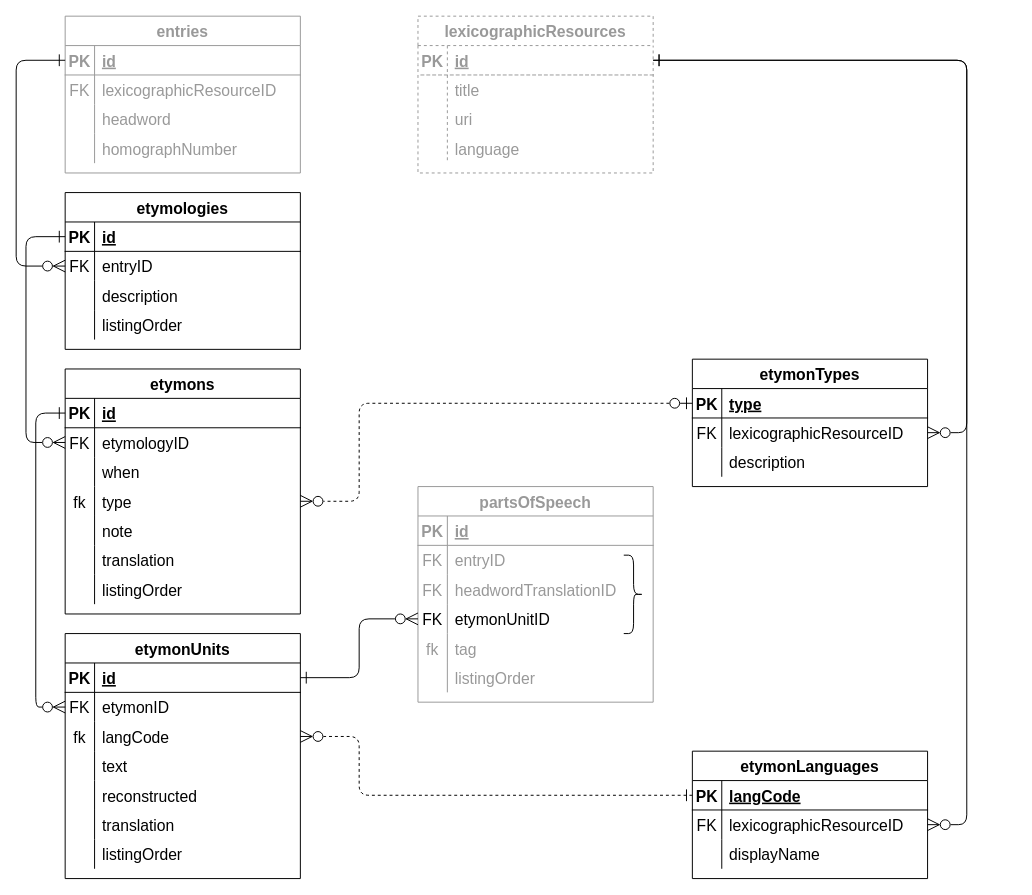
oasis-tcs/lexidma keeps this draw.io diagram as dmlex-v1.0/specification/serializations/RDB/databaseDiagrams/etymology.drawio. Above is the earlier version. Source tidied: cells renumbered, new cells numbered last; positions are measured from the earlier drawing's top-left corner, leaving out a move shared by most shapes. Both pictures are drawn from the tidied source at 98%, with x=0, y=0 at pixel (16, 16).
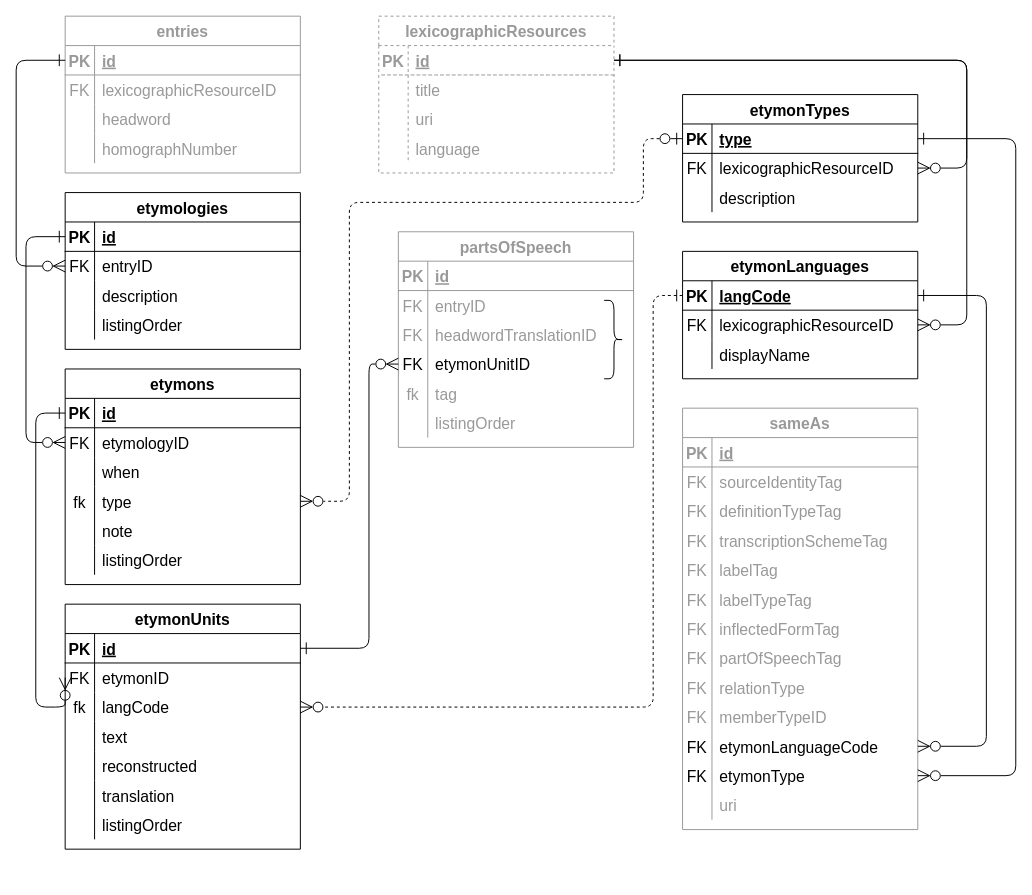
The same page after the edit.

Unchanged cells that the change refers to:
```xml
<mxCell id="16" style="shape=tableRow;horizontal=0;startSize=0;swimlaneHead=0;swimlaneBody=0;fillColor=none;points=[[0,0.5],[1,0.5]];portConstraint=eastwest;top=0;left=0;right=0;bottom=1;fontSize=16;strokeColor=#999999;fontColor=#999999;dashed=1;" parent="15" vertex="1">
  <mxGeometry y="30" width="240" height="30" as="geometry" />
</mxCell>
<mxCell id="51" style="shape=tableRow;horizontal=0;startSize=0;swimlaneHead=0;swimlaneBody=0;fillColor=none;points=[[0,0.5],[1,0.5]];portConstraint=eastwest;top=0;left=0;right=0;bottom=0;fontSize=16;" parent="41" vertex="1">
  <mxGeometry y="120" width="240" height="30" as="geometry" />
</mxCell>
<mxCell id="64" style="shape=tableRow;horizontal=0;startSize=0;swimlaneHead=0;swimlaneBody=0;fillColor=none;points=[[0,0.5],[1,0.5]];portConstraint=eastwest;top=0;left=0;right=0;bottom=1;fontSize=16;" parent="63" vertex="1">
  <mxGeometry y="30" width="240" height="30" as="geometry" />
</mxCell>
<mxCell id="70" style="shape=tableRow;horizontal=0;startSize=0;swimlaneHead=0;swimlaneBody=0;fillColor=none;points=[[0,0.5],[1,0.5]];portConstraint=eastwest;top=0;left=0;right=0;bottom=0;fontSize=16;" parent="63" vertex="1">
  <mxGeometry y="90" width="240" height="30" as="geometry" />
</mxCell>
<mxCell id="89" style="shape=tableRow;horizontal=0;startSize=0;swimlaneHead=0;swimlaneBody=0;fillColor=none;points=[[0,0.5],[1,0.5]];portConstraint=eastwest;top=0;left=0;right=0;bottom=1;fontSize=16;" parent="88" vertex="1">
  <mxGeometry y="30" width="240" height="30" as="geometry" />
</mxCell>
<mxCell id="92" style="shape=tableRow;horizontal=0;startSize=0;swimlaneHead=0;swimlaneBody=0;fillColor=none;points=[[0,0.5],[1,0.5]];portConstraint=eastwest;top=0;left=0;right=0;bottom=0;fontSize=16;" parent="88" vertex="1">
  <mxGeometry y="60" width="240" height="30" as="geometry" />
</mxCell>
<mxCell id="99" style="shape=tableRow;horizontal=0;startSize=0;swimlaneHead=0;swimlaneBody=0;fillColor=none;points=[[0,0.5],[1,0.5]];portConstraint=eastwest;top=0;left=0;right=0;bottom=1;fontSize=16;" parent="98" vertex="1">
  <mxGeometry y="30" width="240" height="30" as="geometry" />
</mxCell>
<mxCell id="102" style="shape=tableRow;horizontal=0;startSize=0;swimlaneHead=0;swimlaneBody=0;fillColor=none;points=[[0,0.5],[1,0.5]];portConstraint=eastwest;top=0;left=0;right=0;bottom=0;fontSize=16;" parent="98" vertex="1">
  <mxGeometry y="60" width="240" height="30" as="geometry" />
</mxCell>
<mxCell id="118" style="shape=tableRow;horizontal=0;startSize=0;swimlaneHead=0;swimlaneBody=0;fillColor=none;points=[[0,0.5],[1,0.5]];portConstraint=eastwest;top=0;left=0;right=0;bottom=0;fontSize=16;fontColor=#999999;strokeColor=#999999;" parent="108" vertex="1">
  <mxGeometry y="120" width="240" height="30" as="geometry" />
</mxCell>
```

The edit, as a diff of the source:
```diff
@@
     <mxCell id="15" value="lexicographicResources" style="shape=table;startSize=30;childLayout=tableLayout;rowLines=0;fontStyle=1;align=center;fontSize=16;strokeColor=#999999;fontColor=#999999;dashed=1;" parent="1" vertex="1">
-      <mxGeometry x="410" width="240" height="160" as="geometry" />
+      <mxGeometry x="370" width="240" height="160" as="geometry" />
     </mxCell>
@@
     <mxCell id="41" value="etymons" style="shape=table;startSize=30;childLayout=tableLayout;rowLines=0;fontStyle=1;align=center;fontSize=16;" parent="1" vertex="1">
-      <mxGeometry x="50" y="360" width="240" height="250" as="geometry" />
+      <mxGeometry x="50" y="360" width="240" height="220" as="geometry" />
     </mxCell>
@@
-    <mxCell id="57" style="shape=tableRow;horizontal=0;startSize=0;swimlaneHead=0;swimlaneBody=0;fillColor=none;top=0;left=0;right=0;bottom=0;fontSize=16;" parent="41" vertex="1">
-      <mxGeometry y="180" width="240" height="30" as="geometry" />
-    </mxCell>
-    <mxCell id="58" style="shape=partialRectangle;fillColor=none;top=0;left=0;bottom=0;right=0;overflow=hidden;fontSize=16;" parent="57" vertex="1">
-      <mxGeometry width="30" height="30" as="geometry" />
-    </mxCell>
-    <mxCell id="59" value="translation" style="shape=partialRectangle;fillColor=none;top=0;left=0;bottom=0;right=0;align=left;spacingLeft=6;overflow=hidden;fontSize=16;" parent="57" vertex="1">
-      <mxGeometry x="30" width="210" height="30" as="geometry" />
-    </mxCell>
     <mxCell id="60" style="shape=tableRow;horizontal=0;startSize=0;swimlaneHead=0;swimlaneBody=0;fillColor=none;top=0;left=0;right=0;bottom=0;fontSize=16;" parent="41" vertex="1">
-      <mxGeometry y="210" width="240" height="30" as="geometry" />
+      <mxGeometry y="180" width="240" height="30" as="geometry" />
     </mxCell>
@@
     <mxCell id="63" value="etymonUnits" style="shape=table;startSize=30;childLayout=tableLayout;rowLines=0;fontStyle=1;align=center;fontSize=16;" parent="1" vertex="1">
-      <mxGeometry x="50" y="630" width="240" height="250" as="geometry" />
+      <mxGeometry x="50" y="600" width="240" height="250" as="geometry" />
     </mxCell>
@@
     <mxCell id="88" value="etymonLanguages" style="shape=table;startSize=30;childLayout=tableLayout;rowLines=0;fontStyle=1;align=center;fontSize=16;" parent="1" vertex="1">
-      <mxGeometry x="690" y="750" width="240" height="130" as="geometry" />
+      <mxGeometry x="680" y="240" width="240" height="130" as="geometry" />
     </mxCell>
@@
     <mxCell id="98" value="etymonTypes" style="shape=table;startSize=30;childLayout=tableLayout;rowLines=0;fontStyle=1;align=center;fontSize=16;" parent="1" vertex="1">
-      <mxGeometry x="690" y="350" width="240" height="130" as="geometry" />
+      <mxGeometry x="680" y="80" width="240" height="130" as="geometry" />
     </mxCell>
@@
     <mxCell id="108" value="partsOfSpeech" style="shape=table;startSize=30;childLayout=tableLayout;rowLines=0;fontStyle=1;align=center;fontSize=16;fontColor=#999999;strokeColor=#999999;" parent="1" vertex="1">
-      <mxGeometry x="410" y="480" width="240" height="220" as="geometry" />
+      <mxGeometry x="390" y="220" width="240" height="220" as="geometry" />
     </mxCell>
@@
     <mxCell id="127" style="shape=curlyBracket;whiteSpace=wrap;html=1;rounded=1;flipH=1;strokeColor=#000000;fontFamily=Helvetica;fontSize=12;fontColor=#999999;" parent="1" vertex="1">
-      <mxGeometry x="620" y="550" width="20" height="80" as="geometry" />
+      <mxGeometry x="600" y="290" width="20" height="80" as="geometry" />
     </mxCell>
     <mxCell id="128" style="edgeStyle=orthogonalEdgeStyle;shape=connector;rounded=1;jettySize=auto;html=1;exitX=1;exitY=0.5;exitDx=0;exitDy=0;entryX=1;entryY=0.5;entryDx=0;entryDy=0;labelBackgroundColor=default;strokeColor=default;fontFamily=Helvetica;fontSize=11;fontColor=#000000;startArrow=ERone;startFill=0;endArrow=ERzeroToMany;endFill=0;startSize=10;endSize=10;" parent="1" edge="1" source="16" target="102">
       <mxGeometry relative="1" as="geometry">
         <Array as="points">
           <mxPoint x="970" y="45" />
-          <mxPoint x="970" y="425" />
+          <mxPoint x="970" y="155" />
         </Array>
       </mxGeometry>
     </mxCell>
     <mxCell id="129" style="edgeStyle=orthogonalEdgeStyle;shape=connector;rounded=1;jettySize=auto;html=1;exitX=1;exitY=0.5;exitDx=0;exitDy=0;entryX=1;entryY=0.5;entryDx=0;entryDy=0;labelBackgroundColor=default;strokeColor=default;fontFamily=Helvetica;fontSize=11;fontColor=#000000;startArrow=ERone;startFill=0;endArrow=ERzeroToMany;endFill=0;startSize=10;endSize=10;" parent="1" edge="1" source="16" target="92">
       <mxGeometry relative="1" as="geometry">
         <Array as="points">
           <mxPoint x="970" y="45" />
-          <mxPoint x="970" y="825" />
+          <mxPoint x="970" y="315" />
         </Array>
       </mxGeometry>
     </mxCell>
     <mxCell id="130" style="edgeStyle=orthogonalEdgeStyle;shape=connector;rounded=1;jettySize=auto;html=1;exitX=0;exitY=0.5;exitDx=0;exitDy=0;entryX=1;entryY=0.5;entryDx=0;entryDy=0;labelBackgroundColor=default;strokeColor=default;fontFamily=Helvetica;fontSize=11;fontColor=#000000;startArrow=ERzeroToOne;startFill=0;endArrow=ERzeroToMany;endFill=0;startSize=10;endSize=10;dashed=1;" parent="1" edge="1" source="99" target="51">
       <mxGeometry relative="1" as="geometry">
         <Array as="points">
-          <mxPoint x="350" y="395" />
-          <mxPoint x="350" y="495" />
+          <mxPoint x="640" y="125" />
+          <mxPoint x="640" y="190" />
+          <mxPoint x="340" y="190" />
+          <mxPoint x="340" y="495" />
         </Array>
       </mxGeometry>
     </mxCell>
     <mxCell id="131" style="edgeStyle=orthogonalEdgeStyle;shape=connector;rounded=1;jettySize=auto;html=1;exitX=1;exitY=0.5;exitDx=0;exitDy=0;entryX=0;entryY=0.5;entryDx=0;entryDy=0;labelBackgroundColor=default;strokeColor=default;fontFamily=Helvetica;fontSize=11;fontColor=#000000;startArrow=ERone;startFill=0;endArrow=ERzeroToMany;endFill=0;startSize=10;endSize=10;" parent="1" edge="1" source="64" target="118">
-      <mxGeometry relative="1" as="geometry" />
+      <mxGeometry relative="1" as="geometry">
+        <Array as="points">
+          <mxPoint x="360" y="645" />
+          <mxPoint x="360" y="355" />
+        </Array>
+      </mxGeometry>
     </mxCell>
     <mxCell id="132" style="edgeStyle=orthogonalEdgeStyle;shape=connector;rounded=1;jettySize=auto;html=1;exitX=0;exitY=0.5;exitDx=0;exitDy=0;entryX=1;entryY=0.5;entryDx=0;entryDy=0;labelBackgroundColor=default;strokeColor=default;fontFamily=Helvetica;fontSize=11;fontColor=#000000;startArrow=ERone;startFill=0;endArrow=ERzeroToMany;endFill=0;startSize=10;endSize=10;dashed=1;" parent="1" edge="1" source="89" target="70">
       <mxGeometry relative="1" as="geometry">
         <Array as="points">
-          <mxPoint x="350" y="795" />
-          <mxPoint x="350" y="735" />
+          <mxPoint x="650" y="285" />
+          <mxPoint x="650" y="705" />
         </Array>
       </mxGeometry>
     </mxCell>
+    <mxCell id="133" value="sameAs" style="shape=table;startSize=30;childLayout=tableLayout;rowLines=0;fontStyle=1;align=center;fontSize=16;strokeColor=#999999;fontColor=#999999;" parent="1" vertex="1">
+      <mxGeometry x="680" y="400" width="240" height="430" as="geometry" />
+    </mxCell>
+    <mxCell id="134" style="shape=tableRow;horizontal=0;startSize=0;swimlaneHead=0;swimlaneBody=0;fillColor=none;top=0;left=0;right=0;bottom=1;fontSize=16;strokeColor=#999999;fontColor=#999999;" parent="133" vertex="1">
+      <mxGeometry y="30" width="240" height="30" as="geometry" />
+    </mxCell>
+    <mxCell id="135" value="PK" style="shape=partialRectangle;fillColor=none;top=0;left=0;bottom=0;right=0;fontStyle=1;overflow=hidden;fontSize=16;strokeColor=#999999;fontColor=#999999;" parent="134" vertex="1">
+      <mxGeometry width="30" height="30" as="geometry" />
+    </mxCell>
+    <mxCell id="136" value="id" style="shape=partialRectangle;fillColor=none;top=0;left=0;bottom=0;right=0;align=left;spacingLeft=6;fontStyle=5;overflow=hidden;fontSize=16;strokeColor=#999999;fontColor=#999999;" parent="134" vertex="1">
+      <mxGeometry x="30" width="210" height="30" as="geometry" />
+    </mxCell>
+    <mxCell id="137" style="shape=tableRow;horizontal=0;startSize=0;swimlaneHead=0;swimlaneBody=0;fillColor=none;top=0;left=0;right=0;bottom=0;fontSize=16;strokeColor=#999999;fontColor=#999999;" parent="133" vertex="1">
+      <mxGeometry y="60" width="240" height="30" as="geometry" />
+    </mxCell>
+    <mxCell id="138" value="FK" style="shape=partialRectangle;fillColor=none;top=0;left=0;bottom=0;right=0;overflow=hidden;fontSize=16;strokeColor=#999999;fontColor=#999999;" parent="137" vertex="1">
+      <mxGeometry width="30" height="30" as="geometry" />
+    </mxCell>
+    <mxCell id="139" value="sourceIdentityTag" style="shape=partialRectangle;fillColor=none;top=0;left=0;bottom=0;right=0;align=left;spacingLeft=6;overflow=hidden;fontSize=16;strokeColor=#999999;fontColor=#999999;" parent="137" vertex="1">
+      <mxGeometry x="30" width="210" height="30" as="geometry" />
+    </mxCell>
+    <mxCell id="140" style="shape=tableRow;horizontal=0;startSize=0;swimlaneHead=0;swimlaneBody=0;fillColor=none;top=0;left=0;right=0;bottom=0;fontSize=16;strokeColor=#999999;fontColor=#999999;" parent="133" vertex="1">
+      <mxGeometry y="90" width="240" height="30" as="geometry" />
+    </mxCell>
+    <mxCell id="141" value="FK" style="shape=partialRectangle;fillColor=none;top=0;left=0;bottom=0;right=0;overflow=hidden;fontSize=16;strokeColor=#999999;fontColor=#999999;" parent="140" vertex="1">
+      <mxGeometry width="30" height="30" as="geometry" />
+    </mxCell>
+    <mxCell id="142" value="definitionTypeTag" style="shape=partialRectangle;fillColor=none;top=0;left=0;bottom=0;right=0;align=left;spacingLeft=6;overflow=hidden;fontSize=16;strokeColor=#999999;fontColor=#999999;" parent="140" vertex="1">
+      <mxGeometry x="30" width="210" height="30" as="geometry" />
+    </mxCell>
+    <mxCell id="143" style="shape=tableRow;horizontal=0;startSize=0;swimlaneHead=0;swimlaneBody=0;fillColor=none;top=0;left=0;right=0;bottom=0;fontSize=16;strokeColor=#999999;fontColor=#999999;" parent="133" vertex="1">
+      <mxGeometry y="120" width="240" height="30" as="geometry" />
+    </mxCell>
+    <mxCell id="144" value="FK" style="shape=partialRectangle;fillColor=none;top=0;left=0;bottom=0;right=0;overflow=hidden;fontSize=16;strokeColor=#999999;fontColor=#999999;" parent="143" vertex="1">
+      <mxGeometry width="30" height="30" as="geometry" />
+    </mxCell>
+    <mxCell id="145" value="transcriptionSchemeTag" style="shape=partialRectangle;fillColor=none;top=0;left=0;bottom=0;right=0;align=left;spacingLeft=6;overflow=hidden;fontSize=16;strokeColor=#999999;fontColor=#999999;" parent="143" vertex="1">
+      <mxGeometry x="30" width="210" height="30" as="geometry" />
+    </mxCell>
+    <mxCell id="146" style="shape=tableRow;horizontal=0;startSize=0;swimlaneHead=0;swimlaneBody=0;fillColor=none;top=0;left=0;right=0;bottom=0;fontSize=16;strokeColor=#999999;fontColor=#999999;" parent="133" vertex="1">
+      <mxGeometry y="150" width="240" height="30" as="geometry" />
+    </mxCell>
+    <mxCell id="147" value="FK" style="shape=partialRectangle;fillColor=none;top=0;left=0;bottom=0;right=0;overflow=hidden;fontSize=16;strokeColor=#999999;fontColor=#999999;" parent="146" vertex="1">
+      <mxGeometry width="30" height="30" as="geometry" />
+    </mxCell>
+    <mxCell id="148" value="labelTag" style="shape=partialRectangle;fillColor=none;top=0;left=0;bottom=0;right=0;align=left;spacingLeft=6;overflow=hidden;fontSize=16;strokeColor=#999999;fontColor=#999999;" parent="146" vertex="1">
+      <mxGeometry x="30" width="210" height="30" as="geometry" />
+    </mxCell>
+    <mxCell id="149" style="shape=tableRow;horizontal=0;startSize=0;swimlaneHead=0;swimlaneBody=0;fillColor=none;top=0;left=0;right=0;bottom=0;fontSize=16;strokeColor=#999999;fontColor=#999999;" parent="133" vertex="1">
+      <mxGeometry y="180" width="240" height="30" as="geometry" />
+    </mxCell>
+    <mxCell id="150" value="FK" style="shape=partialRectangle;fillColor=none;top=0;left=0;bottom=0;right=0;overflow=hidden;fontSize=16;strokeColor=#999999;fontColor=#999999;" parent="149" vertex="1">
+      <mxGeometry width="30" height="30" as="geometry" />
+    </mxCell>
+    <mxCell id="151" value="labelTypeTag" style="shape=partialRectangle;fillColor=none;top=0;left=0;bottom=0;right=0;align=left;spacingLeft=6;overflow=hidden;fontSize=16;strokeColor=#999999;fontColor=#999999;" parent="149" vertex="1">
+      <mxGeometry x="30" width="210" height="30" as="geometry" />
+    </mxCell>
+    <mxCell id="152" style="shape=tableRow;horizontal=0;startSize=0;swimlaneHead=0;swimlaneBody=0;fillColor=none;top=0;left=0;right=0;bottom=0;fontSize=16;strokeColor=#999999;fontColor=#999999;" parent="133" vertex="1">
+      <mxGeometry y="210" width="240" height="30" as="geometry" />
+    </mxCell>
+    <mxCell id="153" value="FK" style="shape=partialRectangle;fillColor=none;top=0;left=0;bottom=0;right=0;overflow=hidden;fontSize=16;strokeColor=#999999;fontColor=#999999;" parent="152" vertex="1">
+      <mxGeometry width="30" height="30" as="geometry" />
+    </mxCell>
+    <mxCell id="154" value="inflectedFormTag" style="shape=partialRectangle;fillColor=none;top=0;left=0;bottom=0;right=0;align=left;spacingLeft=6;overflow=hidden;fontSize=16;strokeColor=#999999;fontColor=#999999;" parent="152" vertex="1">
+      <mxGeometry x="30" width="210" height="30" as="geometry" />
+    </mxCell>
+    <mxCell id="155" style="shape=tableRow;horizontal=0;startSize=0;swimlaneHead=0;swimlaneBody=0;fillColor=none;top=0;left=0;right=0;bottom=0;fontSize=16;strokeColor=#999999;fontColor=#999999;" parent="133" vertex="1">
+      <mxGeometry y="240" width="240" height="30" as="geometry" />
+    </mxCell>
+    <mxCell id="156" value="FK" style="shape=partialRectangle;fillColor=none;top=0;left=0;bottom=0;right=0;overflow=hidden;fontSize=16;strokeColor=#999999;fontColor=#999999;" parent="155" vertex="1">
+      <mxGeometry width="30" height="30" as="geometry" />
+    </mxCell>
+    <mxCell id="157" value="partOfSpeechTag" style="shape=partialRectangle;fillColor=none;top=0;left=0;bottom=0;right=0;align=left;spacingLeft=6;overflow=hidden;fontSize=16;strokeColor=#999999;fontColor=#999999;" parent="155" vertex="1">
+      <mxGeometry x="30" width="210" height="30" as="geometry" />
+    </mxCell>
+    <mxCell id="158" style="shape=tableRow;horizontal=0;startSize=0;swimlaneHead=0;swimlaneBody=0;fillColor=none;top=0;left=0;right=0;bottom=0;fontSize=16;strokeColor=#999999;fontColor=#999999;" parent="133" vertex="1">
+      <mxGeometry y="270" width="240" height="30" as="geometry" />
+    </mxCell>
+    <mxCell id="159" value="FK" style="shape=partialRectangle;fillColor=none;top=0;left=0;bottom=0;right=0;overflow=hidden;fontSize=16;fontColor=#999999;strokeColor=#999999;" parent="158" vertex="1">
+      <mxGeometry width="30" height="30" as="geometry" />
+    </mxCell>
+    <mxCell id="160" value="relationType" style="shape=partialRectangle;fillColor=none;top=0;left=0;bottom=0;right=0;align=left;spacingLeft=6;overflow=hidden;fontSize=16;fontColor=#999999;strokeColor=#999999;" parent="158" vertex="1">
+      <mxGeometry x="30" width="210" height="30" as="geometry" />
+    </mxCell>
+    <mxCell id="161" style="shape=tableRow;horizontal=0;startSize=0;swimlaneHead=0;swimlaneBody=0;fillColor=none;top=0;left=0;right=0;bottom=0;fontSize=16;strokeColor=#999999;fontColor=#999999;" parent="133" vertex="1">
+      <mxGeometry y="300" width="240" height="30" as="geometry" />
+    </mxCell>
+    <mxCell id="162" value="FK" style="shape=partialRectangle;fillColor=none;top=0;left=0;bottom=0;right=0;overflow=hidden;fontSize=16;fontColor=#999999;strokeColor=#999999;" parent="161" vertex="1">
+      <mxGeometry width="30" height="30" as="geometry" />
+    </mxCell>
+    <mxCell id="163" value="memberTypeID" style="shape=partialRectangle;fillColor=none;top=0;left=0;bottom=0;right=0;align=left;spacingLeft=6;overflow=hidden;fontSize=16;fontColor=#999999;strokeColor=#999999;" parent="161" vertex="1">
+      <mxGeometry x="30" width="210" height="30" as="geometry" />
+    </mxCell>
+    <mxCell id="164" style="shape=tableRow;horizontal=0;startSize=0;swimlaneHead=0;swimlaneBody=0;fillColor=none;points=[[0,0.5],[1,0.5]];portConstraint=eastwest;top=0;left=0;right=0;bottom=0;fontSize=16;strokeColor=#999999;fontColor=#999999;" parent="133" vertex="1">
+      <mxGeometry y="330" width="240" height="30" as="geometry" />
+    </mxCell>
+    <mxCell id="165" value="FK" style="shape=partialRectangle;fillColor=none;top=0;left=0;bottom=0;right=0;overflow=hidden;fontSize=16;strokeColor=#000000;fontColor=#000000;" parent="164" vertex="1">
+      <mxGeometry width="30" height="30" as="geometry" />
+    </mxCell>
+    <mxCell id="166" value="etymonLanguageCode" style="shape=partialRectangle;fillColor=none;top=0;left=0;bottom=0;right=0;align=left;spacingLeft=6;overflow=hidden;fontSize=16;strokeColor=#000000;fontColor=#000000;" parent="164" vertex="1">
+      <mxGeometry x="30" width="210" height="30" as="geometry" />
+    </mxCell>
+    <mxCell id="167" style="shape=tableRow;horizontal=0;startSize=0;swimlaneHead=0;swimlaneBody=0;fillColor=none;points=[[0,0.5],[1,0.5]];portConstraint=eastwest;top=0;left=0;right=0;bottom=0;fontSize=16;strokeColor=#999999;fontColor=#999999;" parent="133" vertex="1">
+      <mxGeometry y="360" width="240" height="30" as="geometry" />
+    </mxCell>
+    <mxCell id="168" value="FK" style="shape=partialRectangle;fillColor=none;top=0;left=0;bottom=0;right=0;overflow=hidden;fontSize=16;strokeColor=#000000;fontColor=#000000;" parent="167" vertex="1">
+      <mxGeometry width="30" height="30" as="geometry" />
+    </mxCell>
+    <mxCell id="169" value="etymonType" style="shape=partialRectangle;fillColor=none;top=0;left=0;bottom=0;right=0;align=left;spacingLeft=6;overflow=hidden;fontSize=16;strokeColor=#000000;fontColor=#000000;" parent="167" vertex="1">
+      <mxGeometry x="30" width="210" height="30" as="geometry" />
+    </mxCell>
+    <mxCell id="170" style="shape=tableRow;horizontal=0;startSize=0;swimlaneHead=0;swimlaneBody=0;fillColor=none;top=0;left=0;right=0;bottom=0;fontSize=16;strokeColor=#999999;fontColor=#999999;" parent="133" vertex="1">
+      <mxGeometry y="390" width="240" height="30" as="geometry" />
+    </mxCell>
+    <mxCell id="171" style="shape=partialRectangle;fillColor=none;top=0;left=0;bottom=0;right=0;overflow=hidden;fontSize=16;strokeColor=#999999;fontColor=#999999;" parent="170" vertex="1">
+      <mxGeometry width="30" height="30" as="geometry" />
+    </mxCell>
+    <mxCell id="172" value="uri" style="shape=partialRectangle;fillColor=none;top=0;left=0;bottom=0;right=0;align=left;spacingLeft=6;overflow=hidden;fontSize=16;strokeColor=#999999;fontColor=#999999;" parent="170" vertex="1">
+      <mxGeometry x="30" width="210" height="30" as="geometry" />
+    </mxCell>
+    <mxCell id="173" style="edgeStyle=orthogonalEdgeStyle;rounded=1;jettySize=auto;html=1;exitX=1;exitY=0.5;exitDx=0;exitDy=0;entryX=1;entryY=0.5;entryDx=0;entryDy=0;endArrow=ERzeroToMany;fontColor=#000000;startArrow=ERone;startFill=0;endFill=0;startSize=10;endSize=10;" parent="1" edge="1" source="89" target="164">
+      <mxGeometry relative="1" as="geometry">
+        <Array as="points">
+          <mxPoint x="990" y="285" />
+          <mxPoint x="990" y="745" />
+        </Array>
+      </mxGeometry>
+    </mxCell>
+    <mxCell id="174" style="edgeStyle=orthogonalEdgeStyle;rounded=1;jettySize=auto;html=1;exitX=1;exitY=0.5;exitDx=0;exitDy=0;entryX=1;entryY=0.5;entryDx=0;entryDy=0;endArrow=ERzeroToMany;fontColor=#000000;startArrow=ERone;startFill=0;endFill=0;startSize=10;endSize=10;" parent="1" edge="1" source="99" target="167">
+      <mxGeometry relative="1" as="geometry">
+        <Array as="points">
+          <mxPoint x="1020" y="125" />
+          <mxPoint x="1020" y="775" />
+        </Array>
+      </mxGeometry>
+    </mxCell>
```
